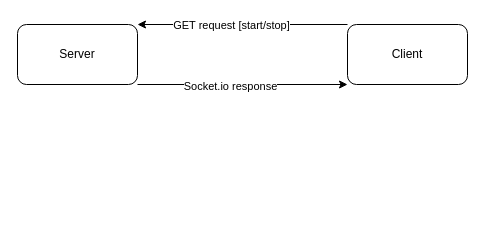
zucchero-sintattico/PCD-ASS02-23-24 keeps this draw.io diagram as page "EventLoopClientServer" (1 of 2) of Diagramma senza titolo.drawio. Above is the earlier version. Source tidied: cells renumbered, new cells numbered last; positions are measured from the earlier drawing's top-left corner, leaving out a move shared by most shapes. Both pictures are drawn from the tidied source at 100%, with x=0, y=0 at pixel (17, 24).
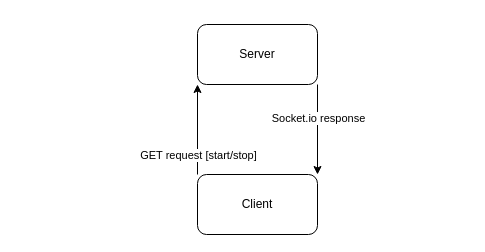
After the change.

What changed in the source:
```diff
@@
 <mxGraphModel>
   <root>
     <mxCell id="0" />
     <mxCell id="1" parent="0" />
-    <mxCell id="2" style="rounded=0;jettySize=auto;html=1;exitX=1;exitY=1;exitDx=0;exitDy=0;entryX=0;entryY=1;entryDx=0;entryDy=0;" parent="1" edge="1" source="4" target="7">
+    <mxCell id="2" style="rounded=0;jettySize=auto;html=1;exitX=1;exitY=1;exitDx=0;exitDy=0;entryX=1;entryY=0;entryDx=0;entryDy=0;" parent="1" edge="1" source="4" target="7">
       <mxGeometry relative="1" as="geometry" />
     </mxCell>
     <mxCell id="3" value="Socket.io response" style="edgeLabel;html=1;align=center;verticalAlign=middle;" parent="2" vertex="1">
       <mxGeometry x="0.08" y="-1" relative="1" as="geometry">
-        <mxPoint x="-21" as="offset" />
+        <mxPoint x="1" y="-16" as="offset" />
       </mxGeometry>
     </mxCell>
     <mxCell id="4" value="Server" style="rounded=1;whiteSpace=wrap;html=1;" parent="1" vertex="1">
-      <mxGeometry width="120" height="60" as="geometry" />
+      <mxGeometry x="180" width="120" height="60" as="geometry" />
     </mxCell>
-    <mxCell id="5" style="rounded=0;jettySize=auto;html=1;exitX=0;exitY=0;exitDx=0;exitDy=0;entryX=1;entryY=0;entryDx=0;entryDy=0;" parent="1" edge="1" source="7" target="4">
+    <mxCell id="5" style="rounded=0;jettySize=auto;html=1;exitX=0;exitY=0;exitDx=0;exitDy=0;entryX=0;entryY=1;entryDx=0;entryDy=0;" parent="1" edge="1" source="7" target="4">
       <mxGeometry relative="1" as="geometry" />
     </mxCell>
     <mxCell id="6" value="GET request [start/stop]" style="edgeLabel;html=1;align=center;verticalAlign=middle;" parent="5" vertex="1">
       <mxGeometry x="0.14" relative="1" as="geometry">
-        <mxPoint x="3" as="offset" />
+        <mxPoint y="31" as="offset" />
       </mxGeometry>
     </mxCell>
     <mxCell id="7" value="Client" style="rounded=1;whiteSpace=wrap;html=1;" parent="1" vertex="1">
-      <mxGeometry x="330" width="120" height="60" as="geometry" />
+      <mxGeometry x="180" y="150" width="120" height="60" as="geometry" />
     </mxCell>
   </root>
 </mxGraphModel>
```
